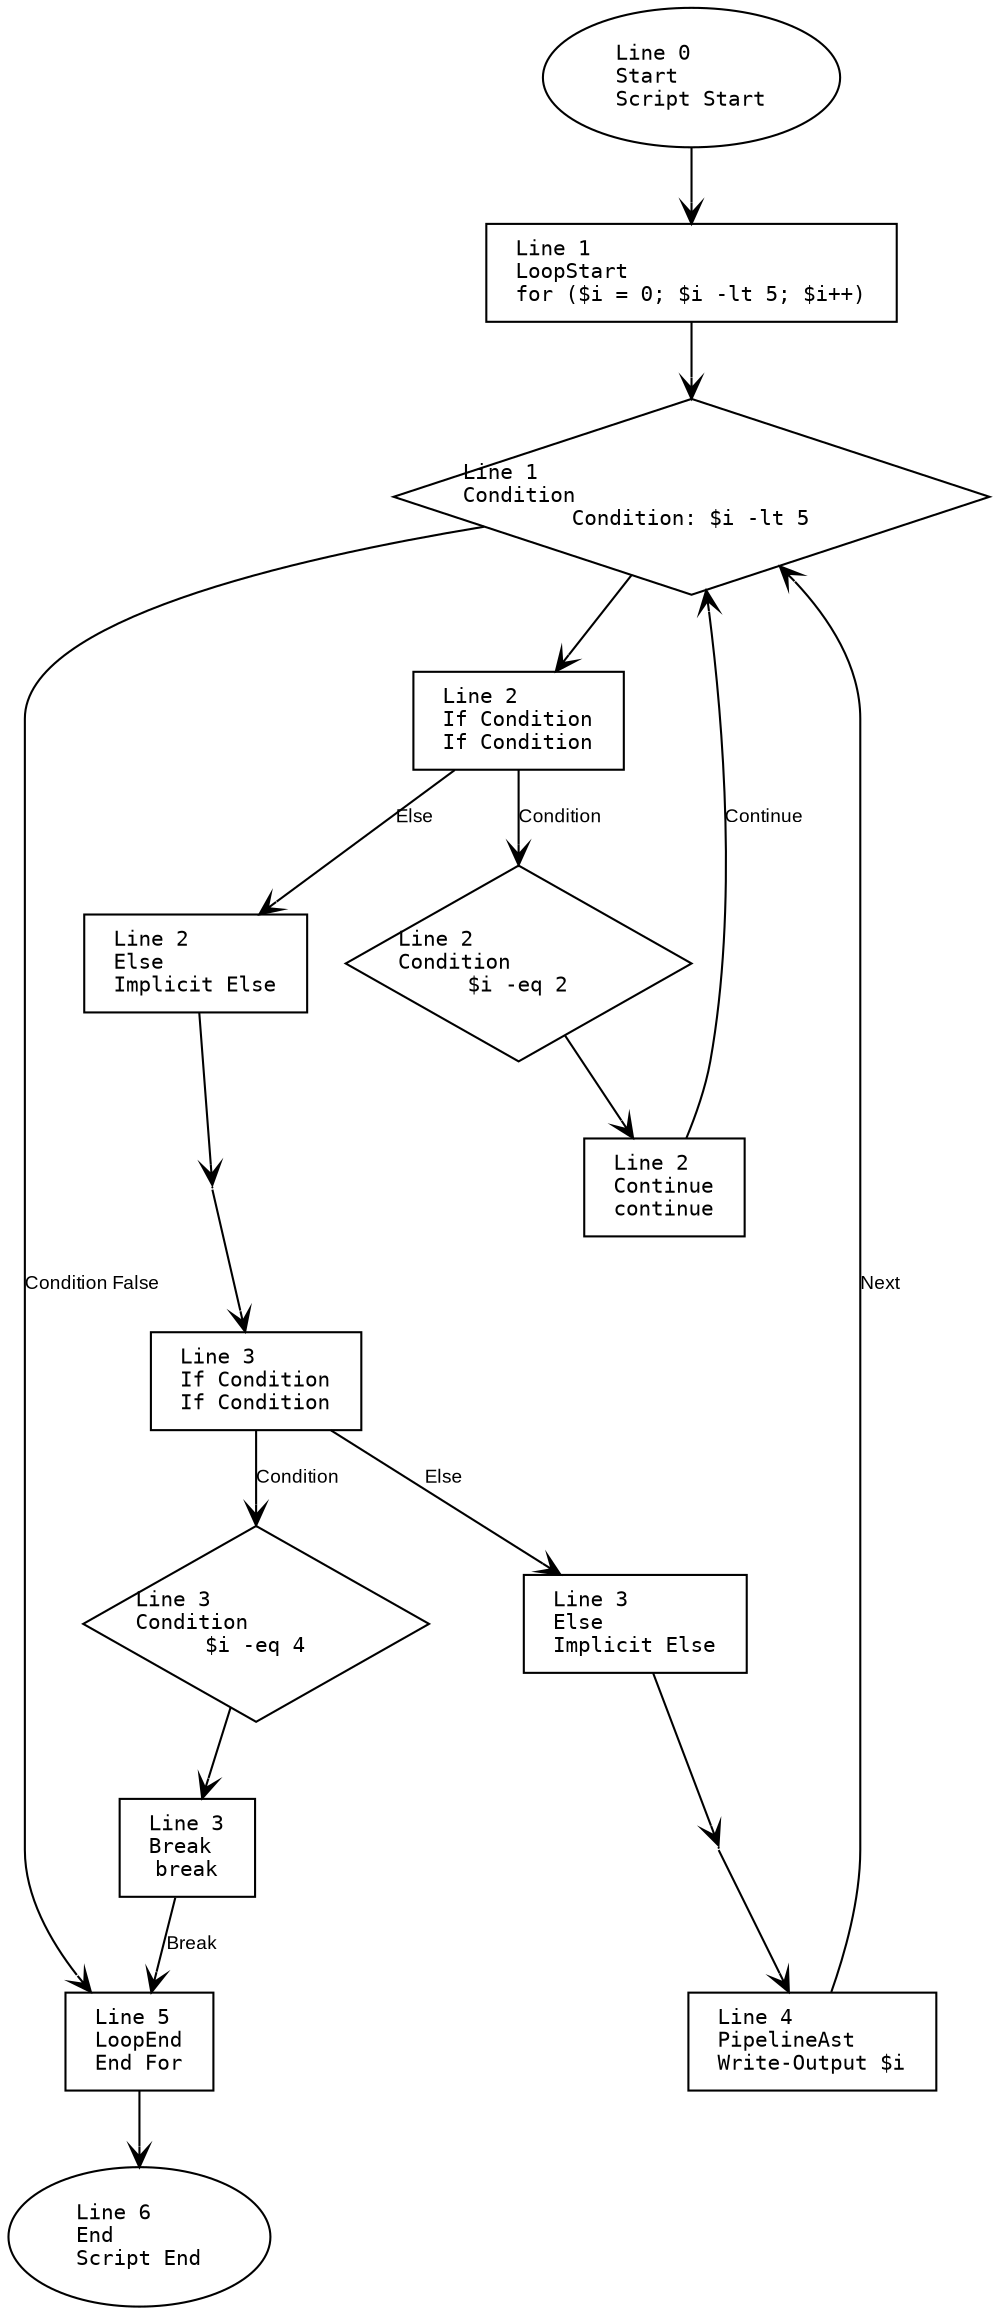
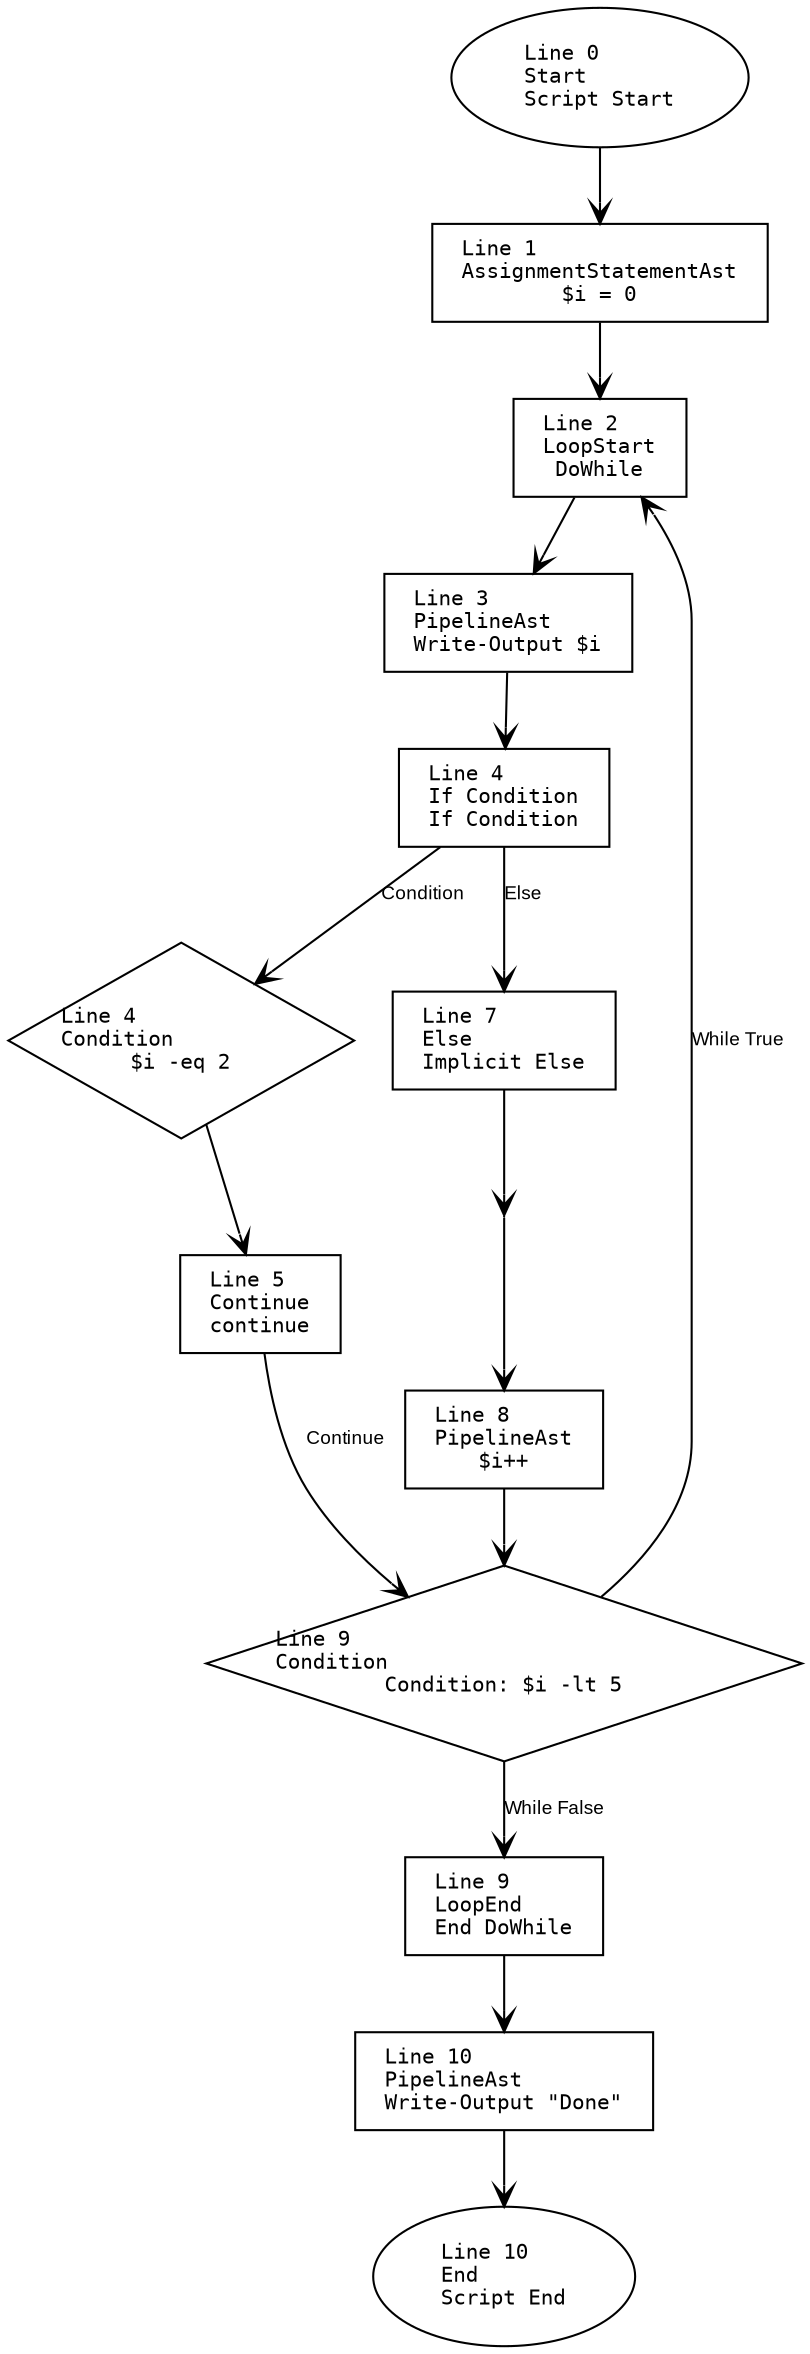
digraph G {
    rankdir=TB;
    node [
        fontname="Consolas"
        shape=box
        width=0
        height=0
        margin="0.2,0.1"
        fontsize=10
    ];
    edge [fontname="Arial", arrowhead=vee, fontsize=9];

    // Nodes
    1 [label="Line 0\lStart\lScript Start", shape=oval];
-     2 [label="Line 6\lEnd\lScript End", shape=oval];
-     3 [label="Line 1\lLoopStart\lfor ($i = 0; $i -lt 5; $i++)", shape=box];
-     4 [label="Line 1\lCondition\lCondition: $i -lt 5", shape=diamond];
-     5 [label="Line 5\lLoopEnd\lEnd For", shape=box];
-     6 [label="Line 2\lIf Condition\lIf Condition", shape=box];
-     7 [label="Line 2\lCondition\l$i -eq 2", shape=diamond];
-     8 [label="Line 2\lContinue\lcontinue", shape=box];
-     9 [label="Line 2\lElse\lImplicit Else", shape=box];
-     10 [label="Line 2\lMerge\lIf-End", shape=point];
-     11 [label="Line 3\lIf Condition\lIf Condition", shape=box];
-     12 [label="Line 3\lCondition\l$i -eq 4", shape=diamond];
-     13 [label="Line 3\lBreak\lbreak", shape=box];
-     14 [label="Line 3\lElse\lImplicit Else", shape=box];
-     15 [label="Line 3\lMerge\lIf-End", shape=point];
-     16 [label="Line 4\lPipelineAst\lWrite-Output $i", shape=box];
+     2 [label="Line 10\lEnd\lScript End", shape=oval];
+     3 [label="Line 1\lAssignmentStatementAst\l$i = 0", shape=box];
+     4 [label="Line 2\lLoopStart\lDoWhile", shape=box];
+     5 [label="Line 9\lCondition\lCondition: $i -lt 5", shape=diamond];
+     6 [label="Line 9\lLoopEnd\lEnd DoWhile", shape=box];
+     7 [label="Line 3\lPipelineAst\lWrite-Output $i", shape=box];
+     8 [label="Line 4\lIf Condition\lIf Condition", shape=box];
+     9 [label="Line 4\lCondition\l$i -eq 2", shape=diamond];
+     10 [label="Line 5\lContinue\lcontinue", shape=box];
+     11 [label="Line 7\lElse\lImplicit Else", shape=box];
+     12 [label="Line 7\lMerge\lIf-End", shape=point];
+     13 [label="Line 8\lPipelineAst\l$i++", shape=box];
+     14 [label="Line 10\lPipelineAst\lWrite-Output \"Done\"", shape=box];

    // Edges
    1 -> 3;
    3 -> 4;
-     4 -> 6;
-     6 -> 7 [label="Condition"];
+     4 -> 7;
    7 -> 8;
-     8 -> 4 [label="Continue"];
-     6 -> 9 [label="Else"];
+     8 -> 9 [label="Condition"];
    9 -> 10;
-     10 -> 11;
-     11 -> 12 [label="Condition"];
+     10 -> 5 [label="Continue"];
+     8 -> 11 [label="Else"];
+     11 -> 12;
    12 -> 13;
-     13 -> 5 [label="Break"];
-     11 -> 14 [label="Else"];
-     14 -> 15;
-     15 -> 16;
-     16 -> 4 [label="Next"];
-     4 -> 5 [label="Condition False"];
-     5 -> 2;
+     13 -> 5;
+     5 -> 4 [label="While True"];
+     5 -> 6 [label="While False"];
+     6 -> 14;
+     14 -> 2;
}